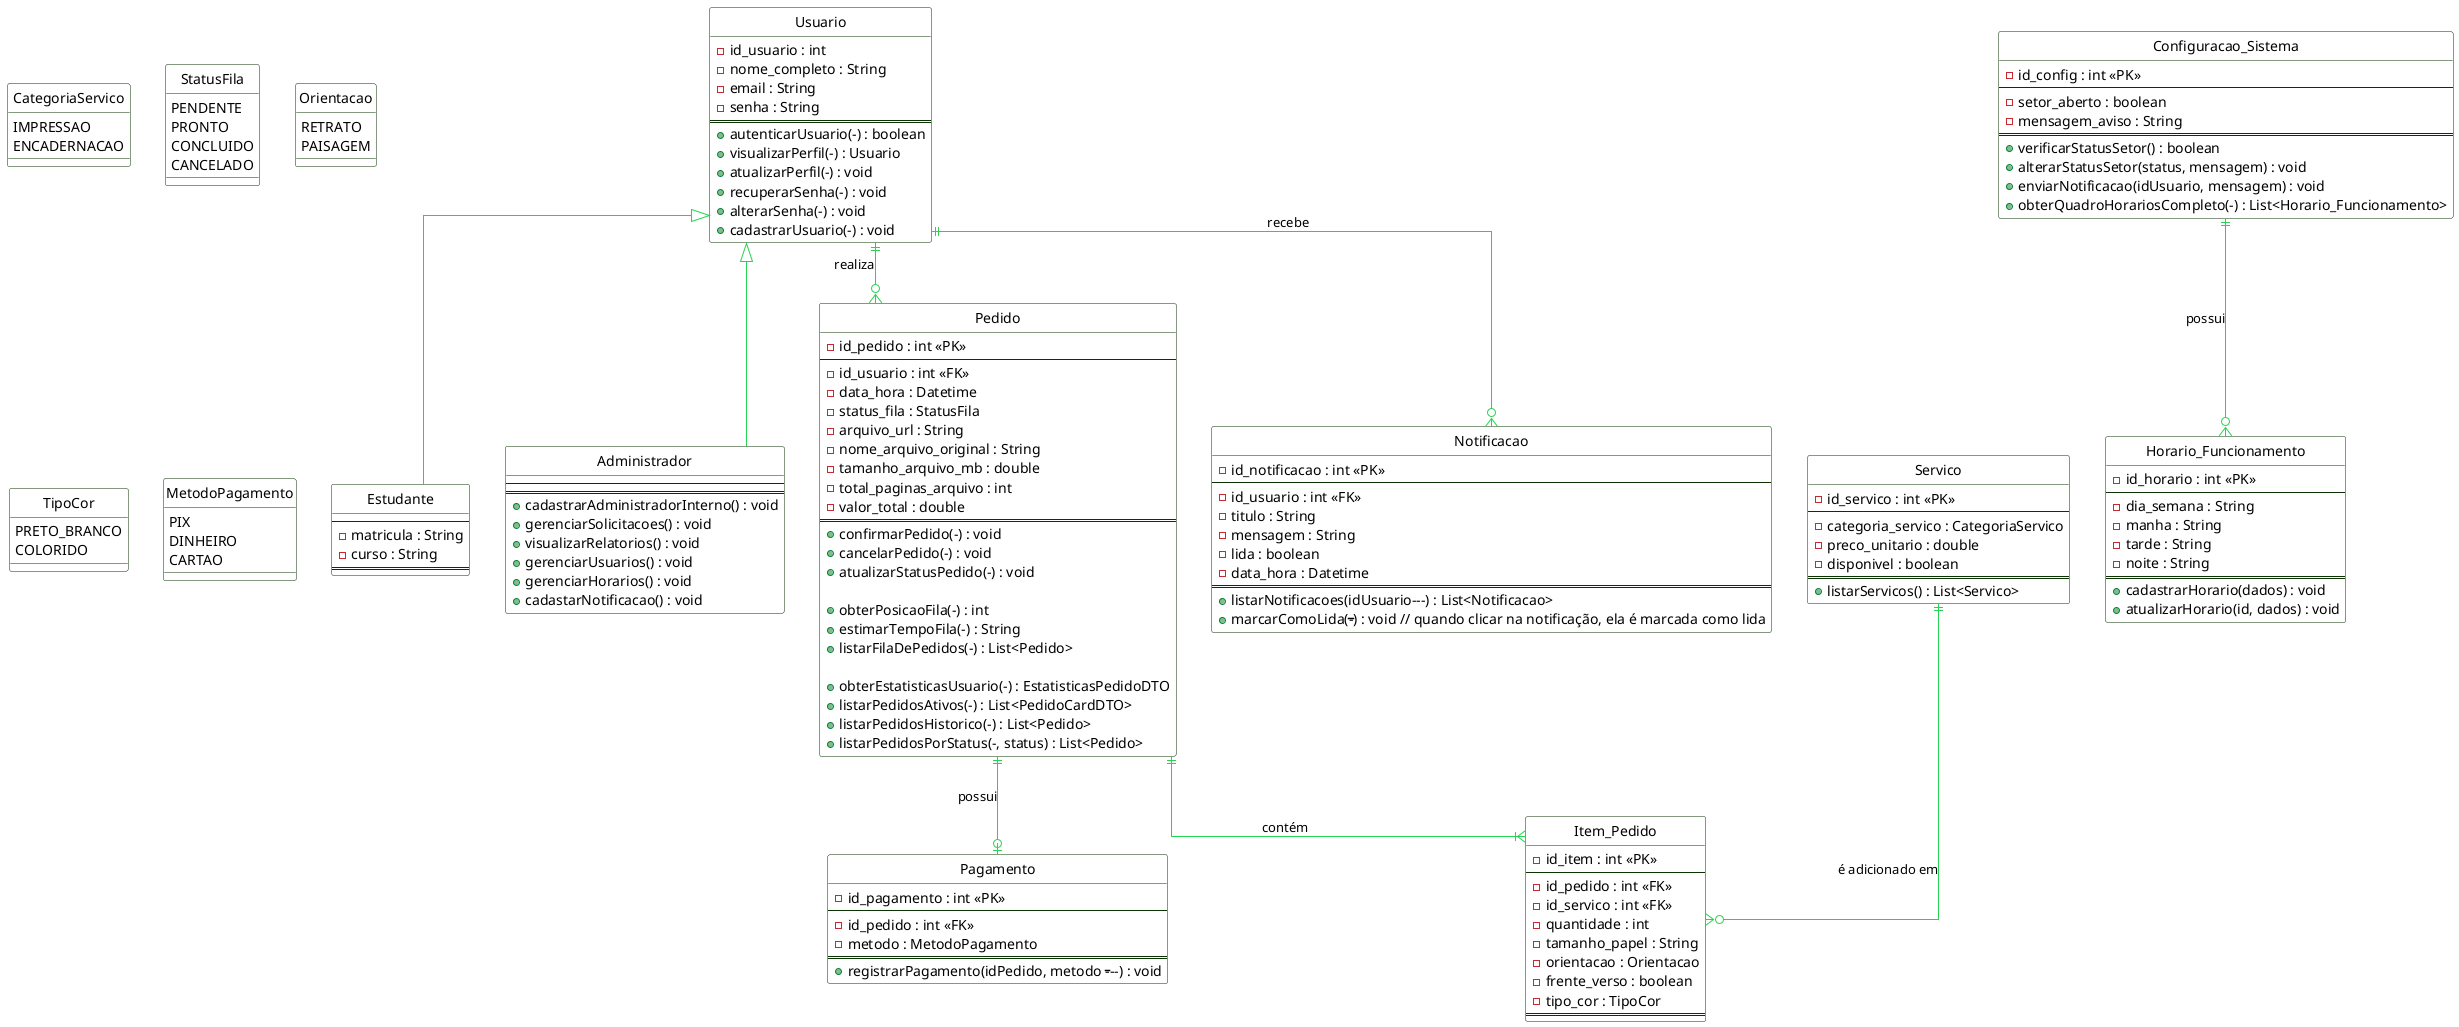
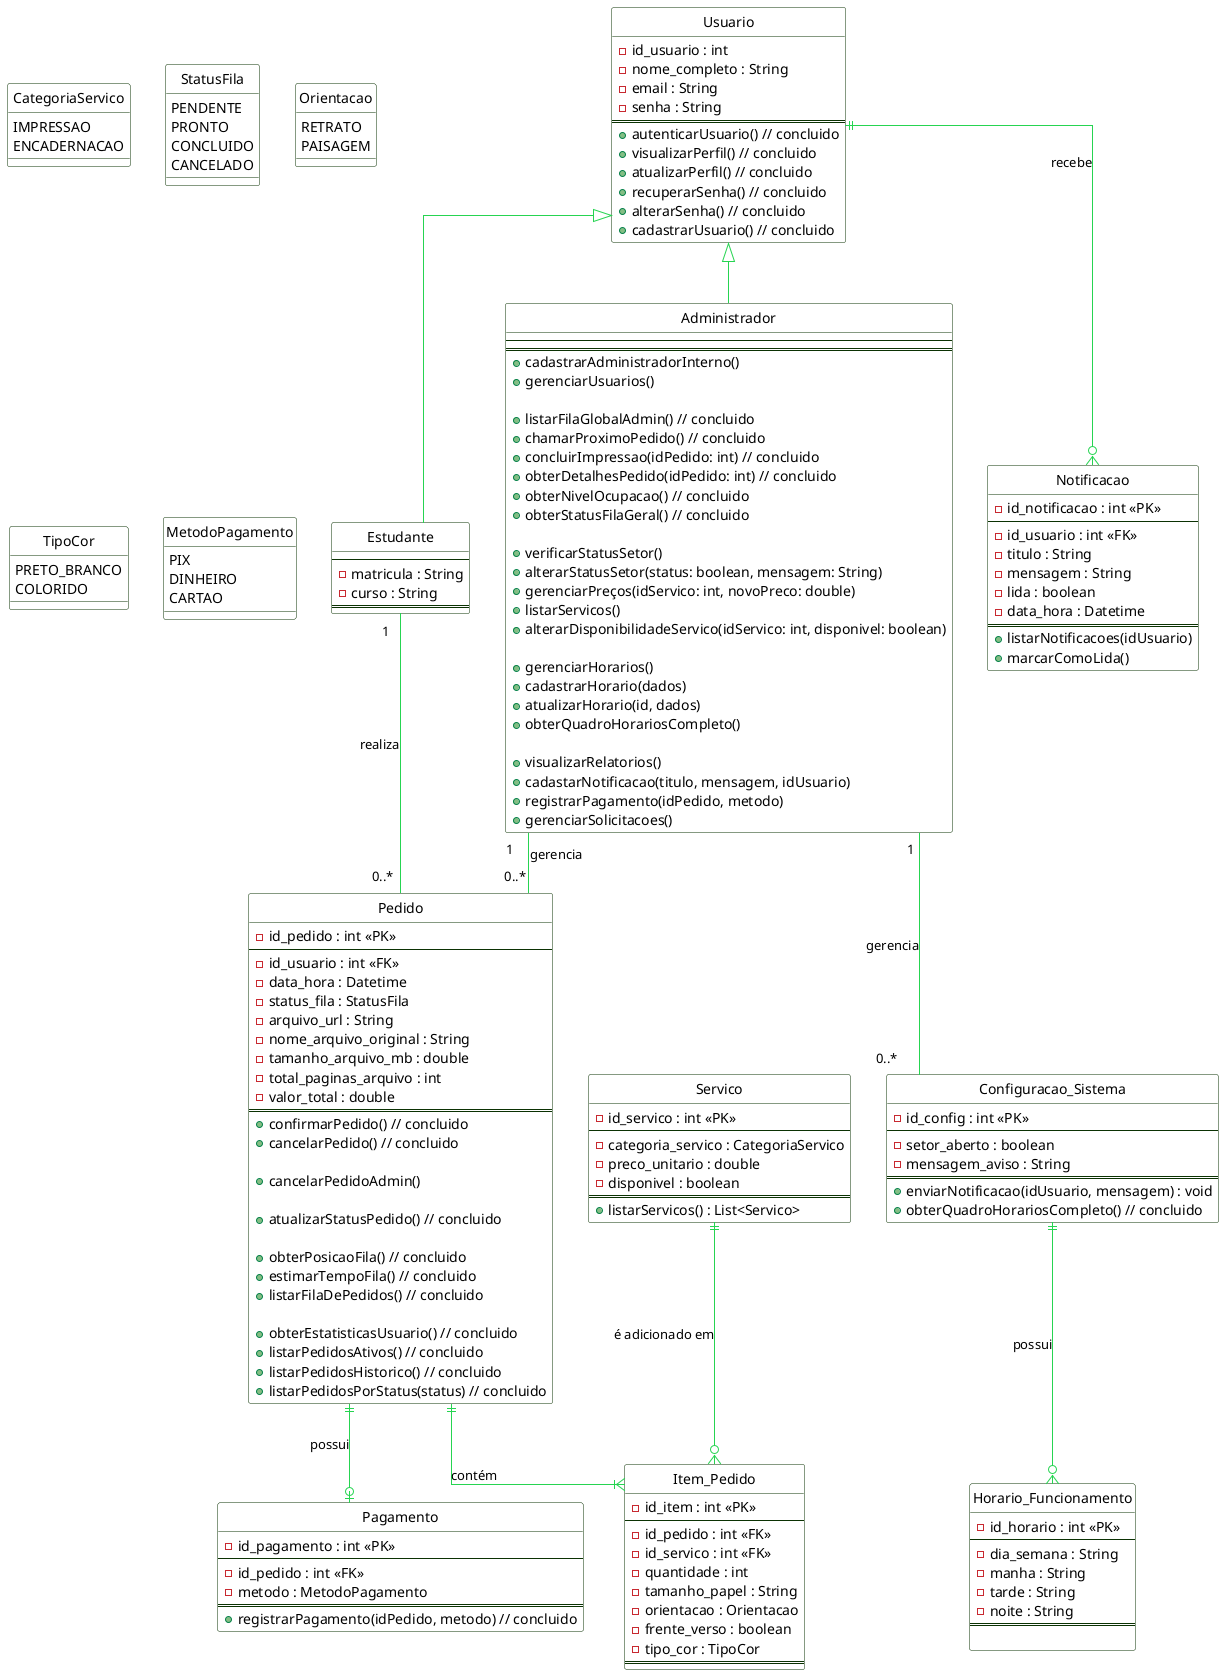
@startuml diagram
' Configurações visuais para deixar o diagrama mais limpo e profissional
hide circle
skinparam linetype ortho
skinparam shadowing false
skinparam class {
    BackgroundColor White
    ArrowColor #26d451
    BorderColor #0b3203
}

' --- Definição dos ENUMS ---
enum CategoriaServico {
  IMPRESSAO
  ENCADERNACAO
}

enum StatusFila {
  PENDENTE
  PRONTO
  CONCLUIDO
  CANCELADO
}

enum Orientacao {
  RETRATO
  PAISAGEM
}

enum TipoCor {
  PRETO_BRANCO
  COLORIDO
}

enum MetodoPagamento {
  PIX
  DINHEIRO
  CARTAO
}

' --- Definição das Classes (Tabelas + Métodos) ---

class "Usuario" as usuario {
  - id_usuario : int
  - nome_completo : String
  - email : String
  - senha : String
  ==
-   + autenticarUsuario(-) : boolean
-   + visualizarPerfil(-) : Usuario
-   + atualizarPerfil(-) : void
-   + recuperarSenha(-) : void
-   + alterarSenha(-) : void
-   + cadastrarUsuario(-) : void
+   + autenticarUsuario() // concluido
+   + visualizarPerfil() // concluido
+   + atualizarPerfil() // concluido
+   + recuperarSenha() // concluido
+   + alterarSenha() // concluido
+   + cadastrarUsuario() // concluido
}

class "Estudante" as estudante {
  --
  - matricula : String
  - curso : String
  ==
}

class "Administrador" as admin {
  --
  ==
-   + cadastrarAdministradorInterno() : void
-   + gerenciarSolicitacoes() : void
-   + visualizarRelatorios() : void
-   + gerenciarUsuarios() : void
-   + gerenciarHorarios() : void
-   + cadastarNotificacao() : void
+   ' Gestão de Pessoas e Acessos
+   + cadastrarAdministradorInterno()
+   + gerenciarUsuarios()
+ 
+   ' Gestão Operacional da Fila (Métodos do PedidoService)
+   + listarFilaGlobalAdmin() // concluido
+   + chamarProximoPedido() // concluido
+   + concluirImpressao(idPedido: int) // concluido
+   + obterDetalhesPedido(idPedido: int) // concluido
+   + obterNivelOcupacao() // concluido
+   + obterStatusFilaGeral() // concluido
+ 
+   ' Gestão de Configurações e Preços
+   + verificarStatusSetor()
+   + alterarStatusSetor(status: boolean, mensagem: String)
+   + gerenciarPreços(idServico: int, novoPreco: double)
+   + listarServicos()
+   + alterarDisponibilidadeServico(idServico: int, disponivel: boolean)
+ 
+   ' Gestão de Horários // concluido
+   + gerenciarHorarios()
+   + cadastrarHorario(dados)
+   + atualizarHorario(id, dados)
+   + obterQuadroHorariosCompleto()
+ 
+   ' Comunicação e Inteligência
+   + visualizarRelatorios()
+   + cadastarNotificacao(titulo, mensagem, idUsuario)
+   + registrarPagamento(idPedido, metodo)
+   + gerenciarSolicitacoes()
}

class "Servico" as servico {
  - id_servico : int <<PK>>
  --
  - categoria_servico : CategoriaServico
  - preco_unitario : double
  - disponivel : boolean
  ==
  + listarServicos() : List<Servico>
}

class "Pedido" as pedido {
  - id_pedido : int <<PK>>
  --
  - id_usuario : int <<FK>>
  - data_hora : Datetime
  - status_fila : StatusFila
  - arquivo_url : String
  - nome_arquivo_original : String
  - tamanho_arquivo_mb : double
  - total_paginas_arquivo : int
  - valor_total : double
  ==
-   + confirmarPedido(-) : void
-   + cancelarPedido(-) : void
-   + atualizarStatusPedido(-) : void
- 
-   + obterPosicaoFila(-) : int
-   + estimarTempoFila(-) : String
-   + listarFilaDePedidos(-) : List<Pedido>
- 
-   + obterEstatisticasUsuario(-) : EstatisticasPedidoDTO
-   + listarPedidosAtivos(-) : List<PedidoCardDTO>
-   + listarPedidosHistorico(-) : List<Pedido>
-   + listarPedidosPorStatus(-, status) : List<Pedido>
+   + confirmarPedido() // concluido
+   + cancelarPedido() // concluido
+ 
+   + cancelarPedidoAdmin()
+ 
+   + atualizarStatusPedido() // concluido
+ 
+   + obterPosicaoFila() // concluido
+   + estimarTempoFila() // concluido
+   + listarFilaDePedidos() // concluido
+ 
+   + obterEstatisticasUsuario() // concluido
+   + listarPedidosAtivos() // concluido
+   + listarPedidosHistorico() // concluido
+   + listarPedidosPorStatus(status) // concluido
}

class "Item_Pedido" as item_pedido {
  - id_item : int <<PK>>
  --
  - id_pedido : int <<FK>>
  - id_servico : int <<FK>>
  - quantidade : int
  - tamanho_papel : String
  - orientacao : Orientacao
  - frente_verso : boolean
  - tipo_cor : TipoCor
  ==
}

class "Pagamento" as pagamento {
  - id_pagamento : int <<PK>>
  --
  - id_pedido : int <<FK>>
  - metodo : MetodoPagamento
  ==
-   + registrarPagamento(idPedido, metodo -------) : void
+   + registrarPagamento(idPedido, metodo) // concluido
}

class "Notificacao" as notificacao {
  - id_notificacao : int <<PK>>
  --
  - id_usuario : int <<FK>>
  - titulo : String
  - mensagem : String
  - lida : boolean
  - data_hora : Datetime
  ==
-   + listarNotificacoes(idUsuario---) : List<Notificacao>
-   + marcarComoLida(-----) : void // quando clicar na notificação, ela é marcada como lida
+   + listarNotificacoes(idUsuario)
+   + marcarComoLida()
}

class "Horario_Funcionamento" as horario {
  - id_horario : int <<PK>>
  --
  - dia_semana : String
  - manha : String
  - tarde : String
  - noite : String
  ==
-   + cadastrarHorario(dados) : void
-   + atualizarHorario(id, dados) : void
+ 
}

class "Configuracao_Sistema" as config {
  - id_config : int <<PK>>
  --
  - setor_aberto : boolean
  - mensagem_aviso : String
  ==
-   + verificarStatusSetor() : boolean
-   + alterarStatusSetor(status, mensagem) : void
  + enviarNotificacao(idUsuario, mensagem) : void
-   + obterQuadroHorariosCompleto(-) : List<Horario_Funcionamento>
+   + obterQuadroHorariosCompleto() // concluido
}

' --- Definição dos Relacionamentos ---

usuario <|-- estudante
usuario <|-- admin

- usuario ||--o{ pedido : "realiza"
+ 
usuario ||--o{ notificacao : "recebe"
pedido ||--|{ item_pedido : "contém"
servico ||--o{ item_pedido : "é adicionado em"
pedido ||--o| pagamento : "possui"
config ||--o{ horario : "possui"

+ estudante "1   " -- "0..*  " pedido : "realiza"
+ admin "1   " -- "0..*  " config : "gerencia"
+ admin "1   " -- "0..*  " pedido : "gerencia"
+ 
@enduml